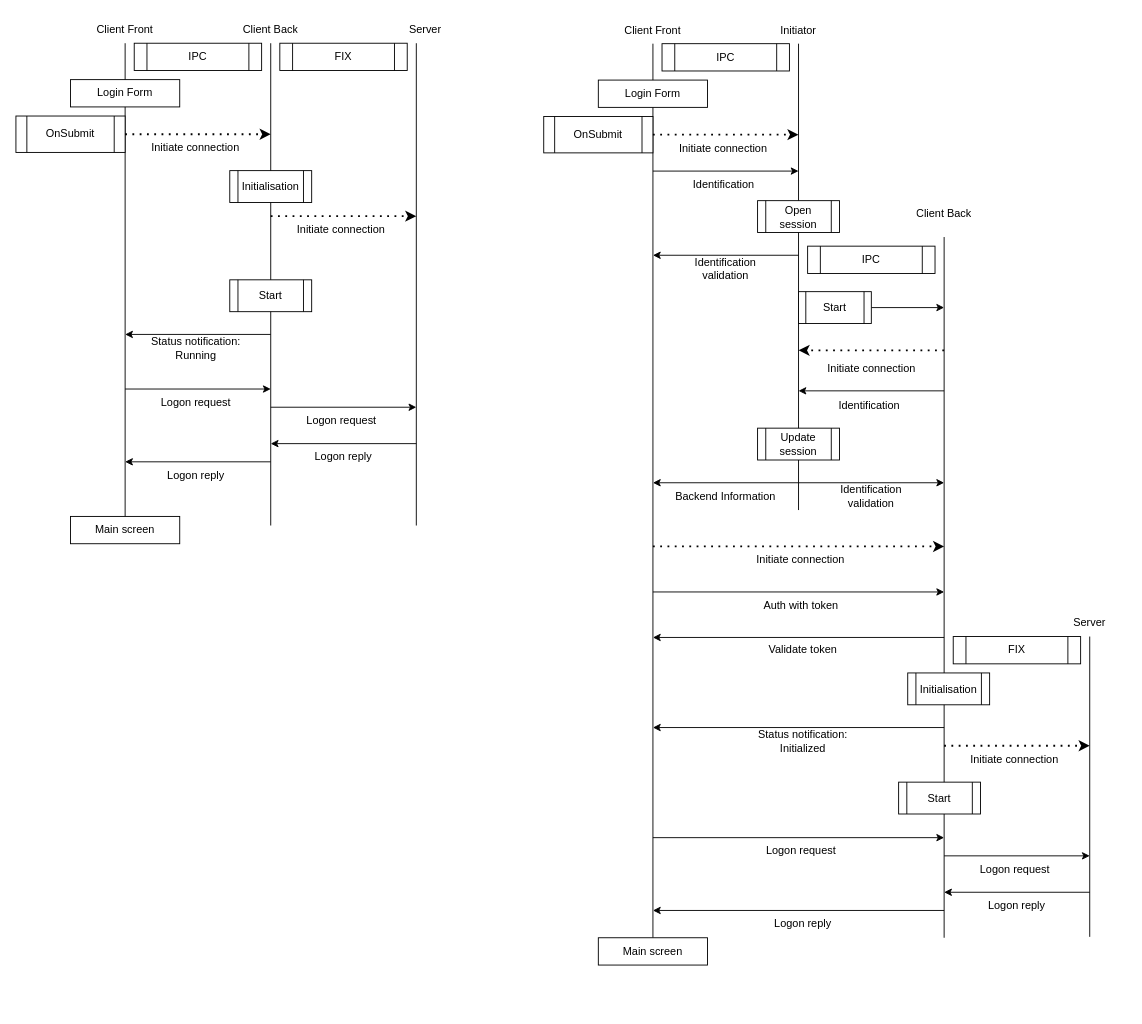
The draw.io diagram page "IPC protocol" (3 of 3) of schema.drawio in DipStax/FIX4.2-protocol, before the edit. Source tidied: cells renumbered, new cells numbered last; positions are measured from the earlier drawing's top-left corner, leaving out a move shared by most shapes. Both pictures are drawn from the tidied source at 91%, with x=0, y=0 at pixel (15, 15).
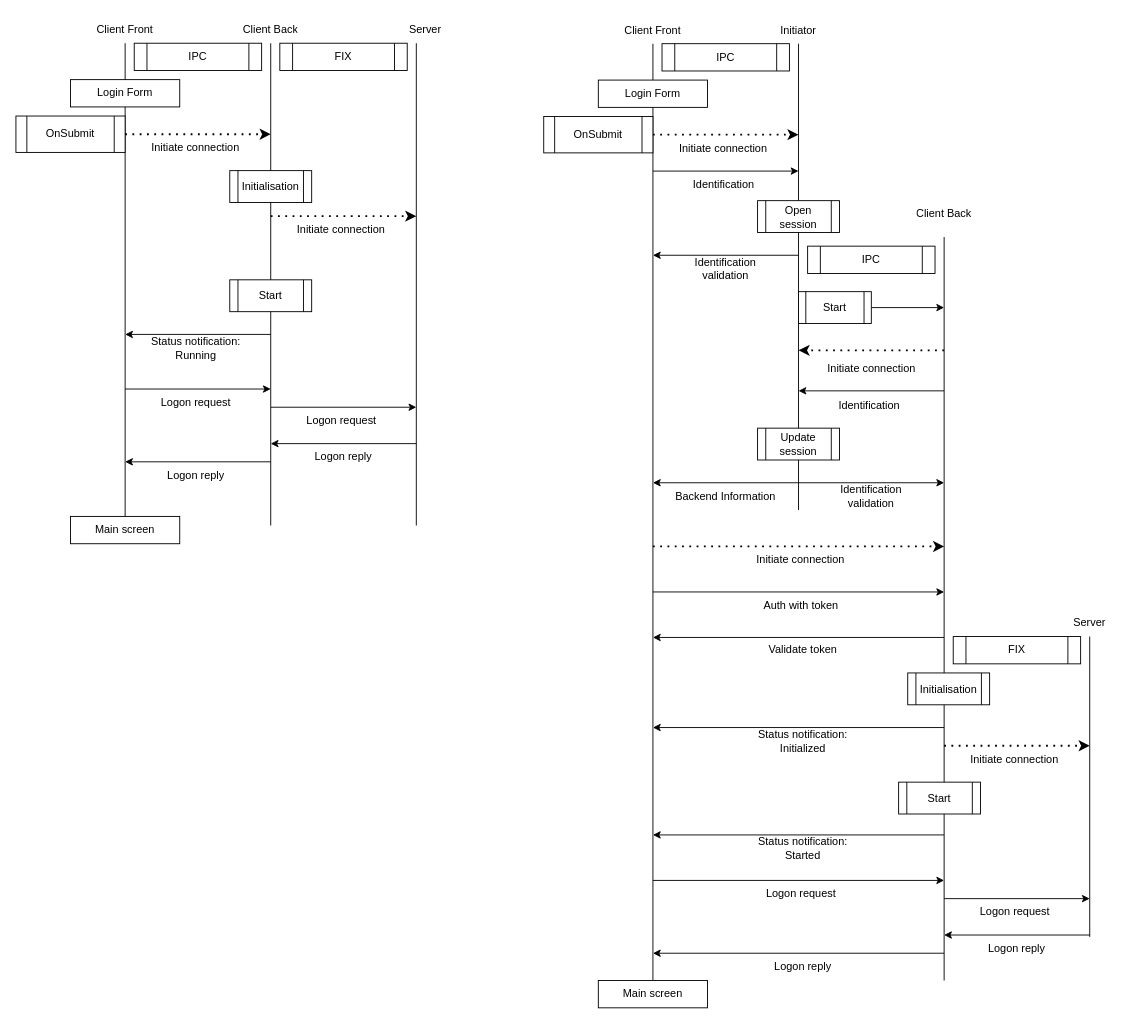
The same diagram, later.

The change refers to these unchanged cells:
```xml
<mxCell id="43" value="Client Back" style="text;strokeColor=none;fillColor=none;align=center;verticalAlign=middle;spacingLeft=4;spacingRight=4;overflow=hidden;points=[[0,0.5],[1,0.5]];portConstraint=eastwest;whiteSpace=wrap;html=1;" parent="1" vertex="1">
  <mxGeometry x="980" y="203" width="80" height="30" as="geometry" />
</mxCell>
```

The edit, as a diff of the source:
```diff
@@
     <mxCell id="31" style="endArrow=none;html=1;entryX=0.5;entryY=1.333;entryDx=0;entryDy=0;entryPerimeter=0;" parent="1" edge="1" target="43">
       <mxGeometry relative="1" as="geometry">
-        <mxPoint x="1020" y="1013" as="sourcePoint" />
+        <mxPoint x="1020" y="1060" as="sourcePoint" />
       </mxGeometry>
     </mxCell>
@@
     <mxCell id="65" style="endArrow=classic;html=1;" parent="1" edge="1">
       <mxGeometry relative="1" as="geometry">
-        <mxPoint x="700" y="903" as="sourcePoint" />
-        <mxPoint x="1020" y="903" as="targetPoint" />
+        <mxPoint x="700" y="950" as="sourcePoint" />
+        <mxPoint x="1020" y="950" as="targetPoint" />
       </mxGeometry>
     </mxCell>
     <mxCell id="66" value="Logon request" style="text;html=1;align=center;verticalAlign=middle;whiteSpace=wrap;rounded=0;" parent="1" vertex="1">
-      <mxGeometry x="802.5" y="903" width="120" height="30" as="geometry" />
+      <mxGeometry x="802.5" y="950" width="120" height="30" as="geometry" />
     </mxCell>
     <mxCell id="67" style="endArrow=classic;html=1;" parent="1" edge="1">
       <mxGeometry relative="1" as="geometry">
-        <mxPoint x="1020" y="923" as="sourcePoint" />
-        <mxPoint x="1180" y="923" as="targetPoint" />
+        <mxPoint x="1020" y="970" as="sourcePoint" />
+        <mxPoint x="1180" y="970" as="targetPoint" />
       </mxGeometry>
     </mxCell>
     <mxCell id="68" value="Logon request" style="text;html=1;align=center;verticalAlign=middle;whiteSpace=wrap;rounded=0;" parent="1" vertex="1">
-      <mxGeometry x="1037.5" y="923" width="120" height="30" as="geometry" />
+      <mxGeometry x="1037.5" y="970" width="120" height="30" as="geometry" />
     </mxCell>
     <mxCell id="69" style="endArrow=classic;html=1;" parent="1" edge="1">
       <mxGeometry relative="1" as="geometry">
-        <mxPoint x="1180" y="963" as="sourcePoint" />
-        <mxPoint x="1020" y="963" as="targetPoint" />
+        <mxPoint x="1180" y="1010" as="sourcePoint" />
+        <mxPoint x="1020" y="1010" as="targetPoint" />
       </mxGeometry>
     </mxCell>
     <mxCell id="70" value="Logon reply" style="text;html=1;align=center;verticalAlign=middle;whiteSpace=wrap;rounded=0;" parent="1" vertex="1">
-      <mxGeometry x="1040" y="963" width="120" height="30" as="geometry" />
+      <mxGeometry x="1040" y="1010" width="120" height="30" as="geometry" />
     </mxCell>
     <mxCell id="71" style="endArrow=classic;html=1;" parent="1" edge="1">
       <mxGeometry relative="1" as="geometry">
-        <mxPoint x="1020" y="983" as="sourcePoint" />
-        <mxPoint x="700" y="983" as="targetPoint" />
+        <mxPoint x="1020" y="1030" as="sourcePoint" />
+        <mxPoint x="700" y="1030" as="targetPoint" />
       </mxGeometry>
     </mxCell>
     <mxCell id="72" value="Logon reply" style="text;html=1;align=center;verticalAlign=middle;whiteSpace=wrap;rounded=0;" parent="1" vertex="1">
-      <mxGeometry x="805" y="983" width="120" height="30" as="geometry" />
+      <mxGeometry x="805" y="1030" width="120" height="30" as="geometry" />
     </mxCell>
@@
     <mxCell id="74" value="Main screen" style="rounded=0;whiteSpace=wrap;html=1;" parent="1" vertex="1">
-      <mxGeometry x="640" y="1013" width="120" height="30" as="geometry" />
+      <mxGeometry x="640" y="1060" width="120" height="30" as="geometry" />
     </mxCell>
@@
+    <mxCell id="81" value="Status notification:&lt;div&gt;Started&lt;/div&gt;" style="text;html=1;align=center;verticalAlign=middle;whiteSpace=wrap;rounded=0;" parent="1" vertex="1">
+      <mxGeometry x="805" y="900" width="120" height="30" as="geometry" />
+    </mxCell>
+    <mxCell id="82" style="endArrow=classic;html=1;" parent="1" edge="1">
+      <mxGeometry relative="1" as="geometry">
+        <mxPoint x="1020" y="900" as="sourcePoint" />
+        <mxPoint x="700" y="900" as="targetPoint" />
+      </mxGeometry>
+    </mxCell>
```
